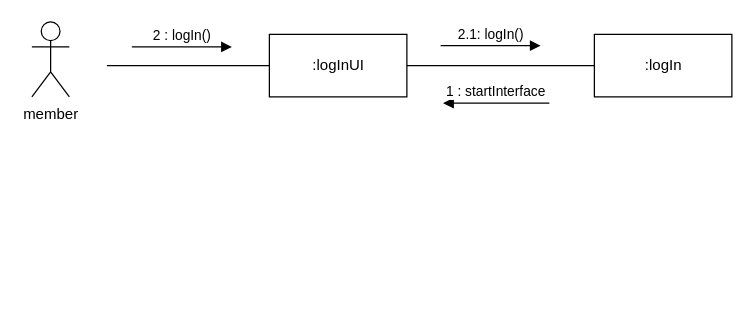
Earlier version of the draw.io diagram B981008_김미래/로그인.drawio (FinancialWorld16/SE_TEAM). Source tidied: cells renumbered, new cells numbered last; positions are measured from the earlier drawing's top-left corner, leaving out a move shared by most shapes. Both pictures are drawn from the tidied source at 125%, with x=0, y=0 at pixel (31, 21).
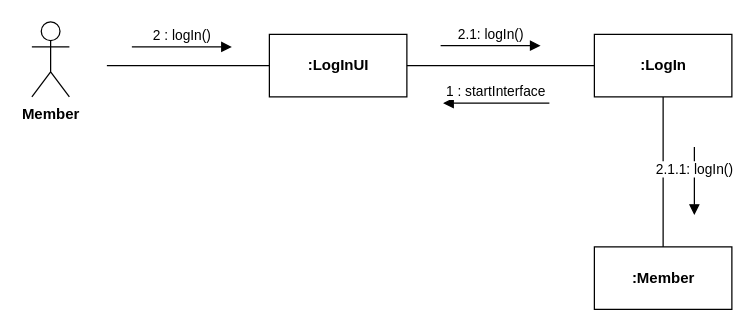
The same page after the edit.

What changed in the source:
```diff
@@
 <mxGraphModel>
   <root>
     <mxCell id="0" />
     <mxCell id="1" parent="0" />
-    <mxCell id="2" value="member" style="shape=umlActor;verticalLabelPosition=bottom;verticalAlign=top;html=1;" parent="1" vertex="1">
+    <mxCell id="2" value="Member" style="shape=umlActor;verticalLabelPosition=bottom;verticalAlign=top;html=1;fontStyle=1;" parent="1" vertex="1">
       <mxGeometry width="30" height="60" as="geometry" />
     </mxCell>
-    <mxCell id="3" value=":logInUI" style="html=1;" parent="1" vertex="1">
+    <mxCell id="3" value=":LogInUI" style="html=1;fontStyle=1;" parent="1" vertex="1">
       <mxGeometry x="190" y="10" width="110" height="50" as="geometry" />
     </mxCell>
+    <mxCell id="10" style="rounded=0;jettySize=auto;html=1;endArrow=none;endFill=0;" parent="1" edge="1" source="4" target="11">
+      <mxGeometry relative="1" as="geometry" />
+    </mxCell>
-    <mxCell id="4" value=":logIn" style="html=1;" parent="1" vertex="1">
+    <mxCell id="4" value=":LogIn" style="html=1;fontStyle=1;" parent="1" vertex="1">
       <mxGeometry x="450" y="10" width="110" height="50" as="geometry" />
     </mxCell>
     <mxCell id="5" style="line;strokeWidth=1;fillColor=none;align=left;verticalAlign=middle;spacingTop=-1;spacingLeft=3;spacingRight=3;labelPosition=right;" parent="1" vertex="1">
       <mxGeometry x="60" y="31" width="130" height="8" as="geometry" />
     </mxCell>
     <mxCell id="6" style="line;strokeWidth=1;fillColor=none;align=left;verticalAlign=middle;spacingTop=-1;spacingLeft=3;spacingRight=3;labelPosition=right;" parent="1" vertex="1">
       <mxGeometry x="300" y="31" width="150" height="8" as="geometry" />
     </mxCell>
     <mxCell id="7" value="2 : logIn()" style="html=1;verticalAlign=bottom;endArrow=block;rounded=0;" parent="1" edge="1">
       <mxGeometry relative="1" as="geometry">
         <mxPoint x="80" y="20" as="sourcePoint" />
         <mxPoint x="160" y="20" as="targetPoint" />
       </mxGeometry>
     </mxCell>
     <mxCell id="8" value="1 : startInterface" style="html=1;verticalAlign=bottom;endArrow=block;rounded=0;entryX=0.545;entryY=0.2;entryDx=0;entryDy=0;entryPerimeter=0;" parent="1" edge="1">
       <mxGeometry relative="1" as="geometry">
         <mxPoint x="414" y="65" as="sourcePoint" />
         <mxPoint x="329" y="65" as="targetPoint" />
       </mxGeometry>
     </mxCell>
     <mxCell id="9" value="2.1: logIn()" style="html=1;verticalAlign=bottom;endArrow=block;rounded=0;" parent="1" edge="1">
       <mxGeometry relative="1" as="geometry">
         <mxPoint x="327" y="19" as="sourcePoint" />
         <mxPoint x="407" y="19" as="targetPoint" />
       </mxGeometry>
     </mxCell>
+    <mxCell id="11" value=":Member" style="html=1;fontStyle=1;" parent="1" vertex="1">
+      <mxGeometry x="450" y="180" width="110" height="50" as="geometry" />
+    </mxCell>
+    <mxCell id="12" value="2.1.1: logIn()" style="html=1;verticalAlign=bottom;endArrow=block;rounded=0;" parent="1" edge="1">
+      <mxGeometry relative="1" as="geometry">
+        <mxPoint x="530" y="100" as="sourcePoint" />
+        <mxPoint x="530" y="154.5" as="targetPoint" />
+      </mxGeometry>
+    </mxCell>
   </root>
 </mxGraphModel>
```
